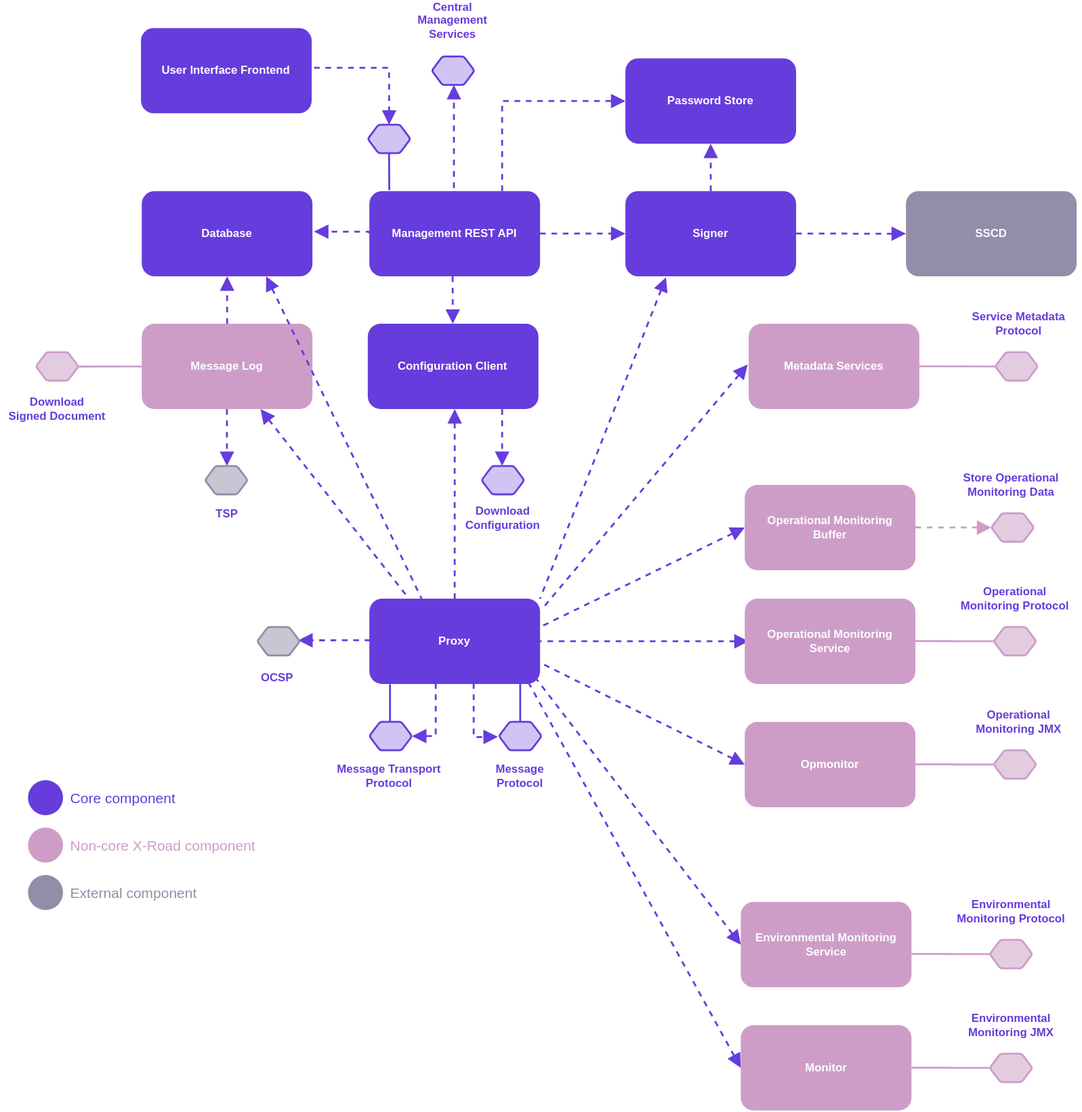
Before: doc/Architecture/img/arc-ss_security_server_component_diagram.svg, a diagram exported from draw.io (nordic-institute/X-Road). Source tidied: cells renumbered, new cells last; positions are measured from the earlier drawing's top-left corner, leaving out a move shared by most shapes.
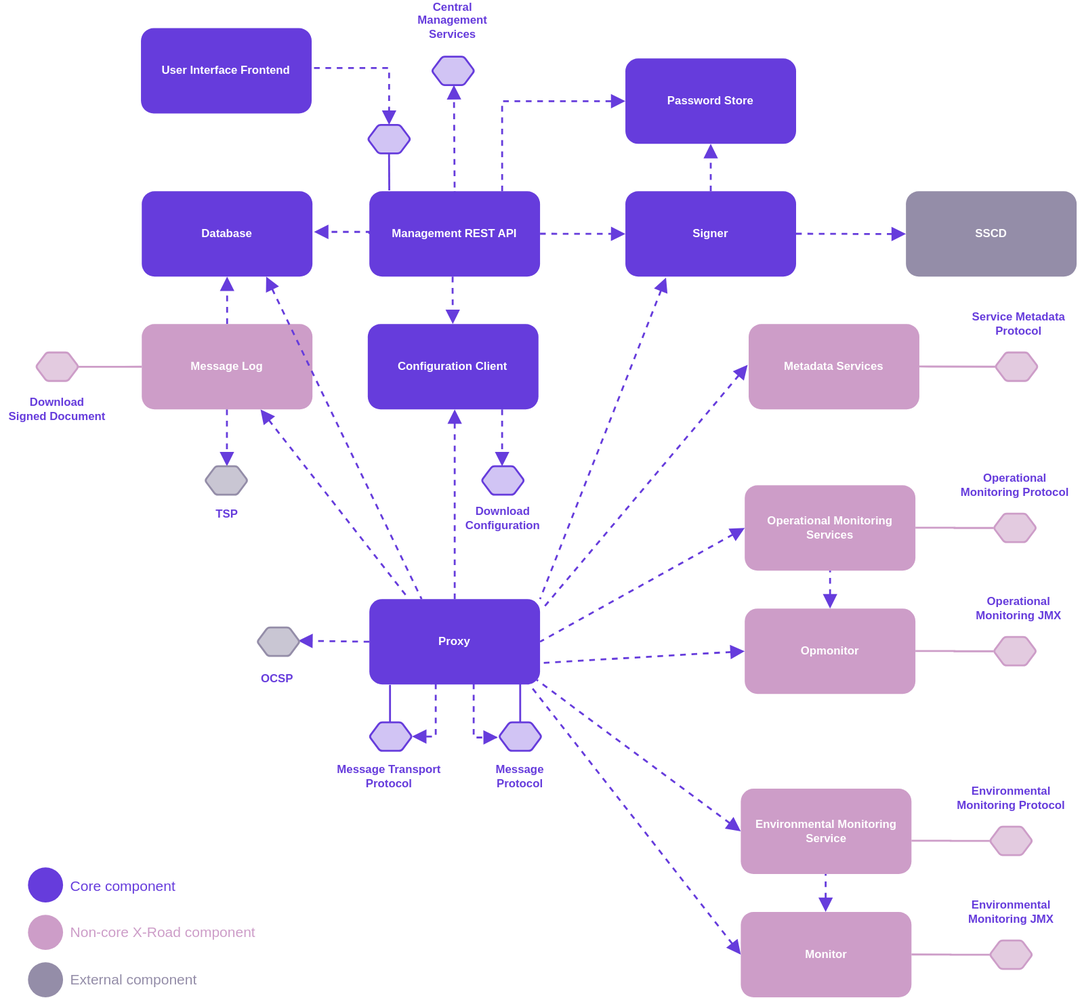
After the commit.

Commit message:
XRDDEV-1223 update docs about monitoring

Diff of the diagram source:
```diff
@@ -20,12 +20,12 @@
     </mxCell>
     <mxCell id="4" style="edgeStyle=orthogonalEdgeStyle;rounded=0;jettySize=auto;html=1;strokeWidth=2;fontColor=#663CDC;endArrow=none;endFill=0;fontStyle=1;strokeColor=#CD9DC8;" parent="1" edge="1" target="50">
       <mxGeometry relative="1" as="geometry">
-        <mxPoint x="960.7" y="994.8" as="sourcePoint" />
+        <mxPoint x="960.7" y="874.8" as="sourcePoint" />
       </mxGeometry>
     </mxCell>
     <mxCell id="5" style="edgeStyle=orthogonalEdgeStyle;rounded=0;jettySize=auto;html=1;strokeWidth=2;fontColor=#663CDC;endArrow=none;endFill=0;fontStyle=1;strokeColor=#CD9DC8;" parent="1" edge="1" target="49">
       <mxGeometry relative="1" as="geometry">
-        <mxPoint x="964.8" y="664.8" as="sourcePoint" />
+        <mxPoint x="964.8" y="544.8" as="sourcePoint" />
       </mxGeometry>
     </mxCell>
     <mxCell id="6" style="edgeStyle=orthogonalEdgeStyle;rounded=0;orthogonalLoop=1;jettySize=auto;html=1;strokeWidth=2;fontColor=#663CDC;endArrow=none;endFill=0;fontStyle=1;strokeColor=#CD9DC8;" parent="1" edge="1">
@@ -38,16 +38,6 @@
         </Array>
       </mxGeometry>
     </mxCell>
-    <mxCell id="7" style="edgeStyle=orthogonalEdgeStyle;rounded=0;orthogonalLoop=1;jettySize=auto;html=1;strokeWidth=2;fontColor=#663CDC;endArrow=block;endFill=1;dashed=1;endSize=10;fontStyle=1;strokeColor=#CD9DC8;startSize=10;" parent="1" edge="1">
-      <mxGeometry relative="1" as="geometry">
-        <mxPoint x="964.8" y="544.8" as="sourcePoint" />
-        <mxPoint x="1044.8" y="545" as="targetPoint" />
-        <Array as="points">
-          <mxPoint x="974.8" y="544.8" />
-          <mxPoint x="1054.8" y="544.8" />
-        </Array>
-      </mxGeometry>
-    </mxCell>
     <mxCell id="8" style="edgeStyle=orthogonalEdgeStyle;rounded=0;orthogonalLoop=1;jettySize=auto;html=1;strokeWidth=2;fontColor=#663CDC;endArrow=block;endFill=1;strokeColor=#663CDC;dashed=1;endSize=10;entryX=0;entryY=0.5;entryDx=0;entryDy=0;fontStyle=1;startSize=10;" parent="1" edge="1">
       <mxGeometry relative="1" as="geometry">
         <mxPoint x="569" y="234.8" as="sourcePoint" />
@@ -151,11 +141,6 @@
         </Array>
       </mxGeometry>
     </mxCell>
-    <mxCell id="21" style="endArrow=none;html=1;strokeWidth=2;fontColor=#663CDC;endFill=0;endSize=10;startArrow=block;startFill=1;startSize=10;dashed=1;strokeColor=#663CDC;exitX=0;exitY=0.5;exitDx=0;exitDy=0;fontStyle=1;" parent="1" edge="1" source="45">
-      <mxGeometry relative="1" as="geometry">
-        <mxPoint x="571" y="649" as="targetPoint" />
-      </mxGeometry>
-    </mxCell>
     <mxCell id="22" style="endArrow=none;html=1;strokeWidth=2;fontColor=#663CDC;entryX=1.013;entryY=0.118;entryDx=0;entryDy=0;entryPerimeter=0;endFill=0;endSize=10;startArrow=block;startFill=1;startSize=10;dashed=1;strokeColor=#663CDC;exitX=-0.006;exitY=0.478;exitDx=0;exitDy=0;exitPerimeter=0;fontStyle=1;" parent="1" edge="1">
       <mxGeometry relative="1" as="geometry">
         <mxPoint x="787.9" y="373" as="sourcePoint" />
@@ -168,9 +153,8 @@
         <mxPoint x="569" y="620" as="targetPoint" />
       </mxGeometry>
     </mxCell>
-    <mxCell id="24" style="endArrow=none;html=1;strokeWidth=2;fontColor=#663CDC;endFill=0;endSize=10;startArrow=block;startFill=1;startSize=10;dashed=1;strokeColor=#663CDC;exitX=0;exitY=0.5;exitDx=0;exitDy=0;entryX=1;entryY=0.5;entryDx=0;entryDy=0;fontStyle=1;" parent="1" edge="1">
+    <mxCell id="24" style="endArrow=none;html=1;strokeWidth=2;fontColor=#663CDC;endFill=0;endSize=10;startArrow=block;startFill=1;startSize=10;dashed=1;strokeColor=#663CDC;exitX=0;exitY=0.5;exitDx=0;exitDy=0;entryX=1;entryY=0.5;entryDx=0;entryDy=0;fontStyle=1;" parent="1" edge="1" source="44">
       <mxGeometry relative="1" as="geometry">
-        <mxPoint x="789" y="665" as="sourcePoint" />
         <mxPoint x="569" y="665" as="targetPoint" />
       </mxGeometry>
     </mxCell>
@@ -214,7 +198,7 @@
       <mxGeometry x="464.8" y="525" width="130" height="20" as="geometry" />
     </mxCell>
     <mxCell id="34" value="Operational&lt;br&gt;Monitoring JMX" style="text;html=1;strokeColor=none;fillColor=none;align=center;verticalAlign=middle;whiteSpace=wrap;rounded=0;fontColor=#663CDC;fontStyle=1;" parent="1" vertex="1">
-      <mxGeometry x="1009" y="740" width="130" height="20" as="geometry" />
+      <mxGeometry x="1009" y="620" width="130" height="20" as="geometry" />
     </mxCell>
     <mxCell id="35" value="Message&lt;br&gt;Protocol" style="text;html=1;strokeColor=none;fillColor=none;align=center;verticalAlign=middle;whiteSpace=wrap;rounded=0;fontColor=#663CDC;fontStyle=1;" parent="1" vertex="1">
       <mxGeometry x="483.2" y="797" width="130" height="20" as="geometry" />
@@ -222,14 +206,11 @@
     <mxCell id="36" value="Service Metadata&lt;br&gt;Protocol" style="text;html=1;strokeColor=none;fillColor=none;align=center;verticalAlign=middle;whiteSpace=wrap;rounded=0;fontColor=#663CDC;fontStyle=1;" parent="1" vertex="1">
       <mxGeometry x="1009" y="320" width="130" height="20" as="geometry" />
     </mxCell>
-    <mxCell id="37" value="Store Operational&lt;br&gt;Monitoring Data" style="text;html=1;strokeColor=none;fillColor=none;align=center;verticalAlign=middle;whiteSpace=wrap;rounded=0;fontColor=#663CDC;fontStyle=1;" parent="1" vertex="1">
-      <mxGeometry x="1000.7" y="490" width="130" height="20" as="geometry" />
-    </mxCell>
     <mxCell id="38" value="Operational&lt;br&gt;Monitoring Protocol" style="text;html=1;strokeColor=none;fillColor=none;align=center;verticalAlign=middle;whiteSpace=wrap;rounded=0;fontColor=#663CDC;fontStyle=1;" parent="1" vertex="1">
-      <mxGeometry x="1004.8" y="610" width="130" height="20" as="geometry" />
+      <mxGeometry x="1004.8" y="490" width="130" height="20" as="geometry" />
     </mxCell>
     <mxCell id="39" value="Environmental&lt;br&gt;Monitoring Protocol" style="text;html=1;strokeColor=none;fillColor=none;align=center;verticalAlign=middle;whiteSpace=wrap;rounded=0;fontColor=#663CDC;fontStyle=1;" parent="1" vertex="1">
-      <mxGeometry x="1000.7" y="940" width="130" height="20" as="geometry" />
+      <mxGeometry x="1000.7" y="820" width="130" height="20" as="geometry" />
     </mxCell>
     <mxCell id="40" style="edgeStyle=orthogonalEdgeStyle;rounded=0;orthogonalLoop=1;jettySize=auto;html=1;strokeWidth=2;fontColor=#663CDC;endArrow=none;endFill=0;strokeColor=#663CDC;endSize=16;fontStyle=1;entryX=0.498;entryY=1.017;entryDx=0;entryDy=0;entryPerimeter=0;" parent="1" edge="1">
       <mxGeometry relative="1" as="geometry">
@@ -259,30 +240,24 @@
       </mxGeometry>
     </mxCell>
     <mxCell id="43" value="&lt;span style=&quot;font-weight: 700;&quot;&gt;Environmental Monitoring&lt;/span&gt;&lt;br style=&quot;font-weight: 700;&quot;&gt;&lt;span style=&quot;font-weight: 700;&quot;&gt;Service&lt;/span&gt;" style="rounded=1;whiteSpace=wrap;html=1;dashed=1;strokeColor=none;strokeWidth=2;fontColor=#FFFFFF;fillColor=#CD9DC8;" parent="1" vertex="1">
-      <mxGeometry x="780.7" y="940" width="180" height="90" as="geometry" />
+      <mxGeometry x="780.7" y="820" width="180" height="90" as="geometry" />
     </mxCell>
-    <mxCell id="44" value="&lt;span style=&quot;font-weight: 700&quot;&gt;Operational Monitoring&lt;/span&gt;&lt;br style=&quot;font-weight: 700&quot;&gt;&lt;span style=&quot;font-weight: 700&quot;&gt;Service&lt;/span&gt;" style="rounded=1;whiteSpace=wrap;html=1;dashed=1;strokeColor=none;strokeWidth=2;fontColor=#FFFFFF;fillColor=#CD9DC8;" parent="1" vertex="1">
-      <mxGeometry x="784.8" y="620" width="180" height="90" as="geometry" />
+    <mxCell id="44" value="&lt;span style=&quot;font-weight: 700&quot;&gt;Operational Monitoring&lt;/span&gt;&lt;br style=&quot;font-weight: 700&quot;&gt;&lt;span style=&quot;font-weight: 700&quot;&gt;Services&lt;/span&gt;" style="rounded=1;whiteSpace=wrap;html=1;dashed=1;strokeColor=none;strokeWidth=2;fontColor=#FFFFFF;fillColor=#CD9DC8;" parent="1" vertex="1">
+      <mxGeometry x="784.8" y="500" width="180" height="90" as="geometry" />
     </mxCell>
-    <mxCell id="45" value="&lt;b&gt;Operational Monitoring&lt;br&gt;Buffer&lt;/b&gt;" style="rounded=1;whiteSpace=wrap;html=1;dashed=1;strokeColor=none;strokeWidth=2;fontColor=#FFFFFF;fillColor=#CD9DC8;" parent="1" vertex="1">
-      <mxGeometry x="784.8" y="500" width="180" height="90" as="geometry" />
-    </mxCell>
     <mxCell id="46" value="&lt;b&gt;Metadata Services&lt;/b&gt;" style="rounded=1;whiteSpace=wrap;html=1;dashed=1;strokeColor=none;strokeWidth=2;fontColor=#FFFFFF;fillColor=#CD9DC8;" parent="1" vertex="1">
       <mxGeometry x="789" y="330" width="180" height="90" as="geometry" />
     </mxCell>
     <mxCell id="47" style="shape=hexagon;perimeter=hexagonPerimeter2;whiteSpace=wrap;html=1;rounded=1;shadow=0;strokeWidth=2;fontSize=15;fontColor=#FFFFFF;arcSize=5;fillColor=#E3CBE0;strokeColor=#CD9DC8;" parent="1" vertex="1">
       <mxGeometry x="1049" y="360" width="45" height="30" as="geometry" />
     </mxCell>
-    <mxCell id="48" style="shape=hexagon;perimeter=hexagonPerimeter2;whiteSpace=wrap;html=1;rounded=1;shadow=0;strokeWidth=2;fontSize=15;fontColor=#FFFFFF;arcSize=5;fillColor=#E3CBE0;strokeColor=#CD9DC8;" parent="1" vertex="1">
-      <mxGeometry x="1044.8" y="530" width="45" height="30" as="geometry" />
-    </mxCell>
     <mxCell id="49" style="shape=hexagon;perimeter=hexagonPerimeter2;whiteSpace=wrap;html=1;rounded=1;shadow=0;strokeWidth=2;fontSize=15;fontColor=#FFFFFF;arcSize=5;fillColor=#E3CBE0;strokeColor=#CD9DC8;" parent="1" vertex="1">
-      <mxGeometry x="1047.3" y="650" width="45" height="30" as="geometry" />
+      <mxGeometry x="1047.3" y="530" width="45" height="30" as="geometry" />
     </mxCell>
     <mxCell id="50" style="shape=hexagon;perimeter=hexagonPerimeter2;whiteSpace=wrap;html=1;rounded=1;shadow=0;strokeWidth=2;fontSize=15;fontColor=#FFFFFF;arcSize=5;fillColor=#E3CBE0;strokeColor=#CD9DC8;" parent="1" vertex="1">
-      <mxGeometry x="1043.2" y="980" width="45" height="30" as="geometry" />
+      <mxGeometry x="1043.2" y="860" width="45" height="30" as="geometry" />
     </mxCell>
-    <mxCell id="51" value="&lt;b&gt;SSCD&lt;/b&gt;" style="rounded=1;whiteSpace=wrap;html=1;dashed=1;strokeColor=none;strokeWidth=2;fontColor=#FFFFFF;fillColor=#948DA8;" parent="1" vertex="1">
+    <mxCell id="51" value="&lt;b&gt;SSCD&lt;br&gt;&lt;/b&gt;" style="rounded=1;whiteSpace=wrap;html=1;dashed=1;strokeColor=none;strokeWidth=2;fontColor=#FFFFFF;fillColor=#948DA8;" parent="1" vertex="1">
       <mxGeometry x="954.8" y="190" width="180" height="90" as="geometry" />
     </mxCell>
     <mxCell id="52" value="&lt;b&gt;Message Log&lt;/b&gt;" style="rounded=1;whiteSpace=wrap;html=1;dashed=1;strokeColor=none;strokeWidth=2;fontColor=#FFFFFF;fillColor=#CD9DC8;" parent="1" vertex="1">
@@ -340,47 +315,47 @@
       </mxGeometry>
     </mxCell>
     <mxCell id="69" style="ellipse;whiteSpace=wrap;html=1;rounded=1;shadow=0;strokeColor=none;strokeWidth=2;fillColor=#663CDC;fontSize=15;fontColor=#00C8E6;" parent="1" vertex="1">
-      <mxGeometry x="29" y="811.5" width="37" height="37" as="geometry" />
+      <mxGeometry x="29" y="903" width="37" height="37" as="geometry" />
     </mxCell>
     <mxCell id="70" value="&lt;font color=&quot;#663cdc&quot;&gt;Core component&lt;/font&gt;" style="text;html=1;align=left;verticalAlign=middle;fontSize=15;fontColor=#00C8E6;" parent="1" vertex="1">
-      <mxGeometry x="72" y="820" width="130" height="20" as="geometry" />
+      <mxGeometry x="72" y="911.5" width="130" height="20" as="geometry" />
     </mxCell>
     <mxCell id="71" style="ellipse;whiteSpace=wrap;html=1;rounded=1;shadow=0;strokeColor=none;strokeWidth=2;fillColor=#CD9DC8;fontSize=15;fontColor=#00C8E6;" parent="1" vertex="1">
-      <mxGeometry x="29" y="861.5" width="37" height="37" as="geometry" />
+      <mxGeometry x="29" y="953" width="37" height="37" as="geometry" />
     </mxCell>
     <mxCell id="72" value="&lt;font color=&quot;#cd9dc8&quot;&gt;Non-core X-Road component&lt;/font&gt;" style="text;html=1;align=left;verticalAlign=middle;fontSize=15;fontColor=#00C8E6;" parent="1" vertex="1">
-      <mxGeometry x="72" y="870" width="210" height="20" as="geometry" />
+      <mxGeometry x="72" y="961.5" width="210" height="20" as="geometry" />
     </mxCell>
     <mxCell id="73" style="ellipse;whiteSpace=wrap;html=1;rounded=1;shadow=0;strokeColor=none;strokeWidth=2;fontSize=15;fontColor=#00C8E6;fillColor=#948DA8;" parent="1" vertex="1">
-      <mxGeometry x="29" y="911.5" width="37" height="37" as="geometry" />
+      <mxGeometry x="29" y="1003" width="37" height="37" as="geometry" />
     </mxCell>
     <mxCell id="74" value="&lt;font color=&quot;#948da8&quot;&gt;External component&lt;/font&gt;" style="text;html=1;align=left;verticalAlign=middle;fontSize=15;fontColor=#00C8E6;" parent="1" vertex="1">
-      <mxGeometry x="72" y="920" width="150" height="20" as="geometry" />
+      <mxGeometry x="72" y="1011.5" width="150" height="20" as="geometry" />
     </mxCell>
     <mxCell id="75" style="edgeStyle=orthogonalEdgeStyle;rounded=0;jettySize=auto;html=1;strokeWidth=2;fontColor=#663CDC;endArrow=none;endFill=0;fontStyle=1;strokeColor=#CD9DC8;" parent="1" edge="1" target="76">
       <mxGeometry relative="1" as="geometry">
-        <mxPoint x="964.8" y="794.8" as="sourcePoint" />
+        <mxPoint x="964.8" y="674.8" as="sourcePoint" />
       </mxGeometry>
     </mxCell>
     <mxCell id="76" style="shape=hexagon;perimeter=hexagonPerimeter2;whiteSpace=wrap;html=1;rounded=1;shadow=0;strokeWidth=2;fontSize=15;fontColor=#FFFFFF;arcSize=5;fillColor=#E3CBE0;strokeColor=#CD9DC8;" parent="1" vertex="1">
-      <mxGeometry x="1047.3" y="780" width="45" height="30" as="geometry" />
+      <mxGeometry x="1047.3" y="660" width="45" height="30" as="geometry" />
     </mxCell>
     <mxCell id="77" value="&lt;b&gt;Opmonitor&lt;/b&gt;" style="rounded=1;whiteSpace=wrap;html=1;dashed=1;strokeColor=none;strokeWidth=2;fontColor=#FFFFFF;fillColor=#CD9DC8;" parent="1" vertex="1">
-      <mxGeometry x="784.8" y="750" width="180" height="90" as="geometry" />
+      <mxGeometry x="784.8" y="630" width="180" height="90" as="geometry" />
     </mxCell>
     <mxCell id="78" value="&lt;b&gt;Monitor&lt;/b&gt;" style="rounded=1;whiteSpace=wrap;html=1;dashed=1;strokeColor=none;strokeWidth=2;fontColor=#FFFFFF;fillColor=#CD9DC8;" parent="1" vertex="1">
-      <mxGeometry x="780.7" y="1070" width="180" height="90" as="geometry" />
+      <mxGeometry x="780.7" y="950" width="180" height="90" as="geometry" />
     </mxCell>
     <mxCell id="79" style="edgeStyle=orthogonalEdgeStyle;rounded=0;jettySize=auto;html=1;strokeWidth=2;fontColor=#663CDC;endArrow=none;endFill=0;fontStyle=1;strokeColor=#CD9DC8;" parent="1" edge="1" target="80">
       <mxGeometry relative="1" as="geometry">
-        <mxPoint x="960.7" y="1114.8" as="sourcePoint" />
+        <mxPoint x="960.7" y="994.8" as="sourcePoint" />
       </mxGeometry>
     </mxCell>
     <mxCell id="80" style="shape=hexagon;perimeter=hexagonPerimeter2;whiteSpace=wrap;html=1;rounded=1;shadow=0;strokeWidth=2;fontSize=15;fontColor=#FFFFFF;arcSize=5;fillColor=#E3CBE0;strokeColor=#CD9DC8;" parent="1" vertex="1">
-      <mxGeometry x="1043.2" y="1100" width="45" height="30" as="geometry" />
+      <mxGeometry x="1043.2" y="980" width="45" height="30" as="geometry" />
     </mxCell>
     <mxCell id="81" value="Environmental&lt;br&gt;Monitoring JMX" style="text;html=1;strokeColor=none;fillColor=none;align=center;verticalAlign=middle;whiteSpace=wrap;rounded=0;fontColor=#663CDC;fontStyle=1;" parent="1" vertex="1">
-      <mxGeometry x="1000.7" y="1060" width="130" height="20" as="geometry" />
+      <mxGeometry x="1000.7" y="940" width="130" height="20" as="geometry" />
     </mxCell>
     <mxCell id="82" style="endArrow=none;html=1;strokeWidth=2;fontColor=#663CDC;entryX=0.981;entryY=0.948;entryDx=0;entryDy=0;entryPerimeter=0;exitX=0;exitY=0.5;exitDx=0;exitDy=0;endFill=0;endSize=10;startArrow=block;startFill=1;startSize=10;dashed=1;strokeColor=#663CDC;fontStyle=1;" parent="1" edge="1" source="43" target="56">
       <mxGeometry relative="1" as="geometry" />
@@ -388,5 +363,14 @@
     <mxCell id="83" style="endArrow=none;html=1;strokeWidth=2;fontColor=#663CDC;entryX=0.935;entryY=0.994;entryDx=0;entryDy=0;entryPerimeter=0;exitX=0;exitY=0.5;exitDx=0;exitDy=0;endFill=0;endSize=10;startArrow=block;startFill=1;startSize=10;dashed=1;strokeColor=#663CDC;fontStyle=1;" parent="1" edge="1" source="78" target="56">
       <mxGeometry relative="1" as="geometry" />
     </mxCell>
+    <mxCell id="84" style="endArrow=none;html=1;strokeWidth=2;fontColor=#663CDC;entryX=0.5;entryY=1;entryDx=0;entryDy=0;exitX=0.5;exitY=0;exitDx=0;exitDy=0;endFill=0;endSize=10;startArrow=block;startFill=1;startSize=10;dashed=1;strokeColor=#663CDC;fontStyle=1;" parent="1" edge="1" source="77" target="44">
+      <mxGeometry relative="1" as="geometry" />
+    </mxCell>
+    <mxCell id="85" style="endArrow=none;html=1;strokeWidth=2;fontColor=#663CDC;entryX=0.5;entryY=1;entryDx=0;entryDy=0;exitX=0.5;exitY=0;exitDx=0;exitDy=0;endFill=0;endSize=10;startArrow=block;startFill=1;startSize=10;dashed=1;strokeColor=#663CDC;fontStyle=1;" parent="1" edge="1">
+      <mxGeometry relative="1" as="geometry">
+        <mxPoint x="870.2" y="950" as="sourcePoint" />
+        <mxPoint x="870.2" y="910" as="targetPoint" />
+      </mxGeometry>
+    </mxCell>
   </root>
 </mxGraphModel>
```
